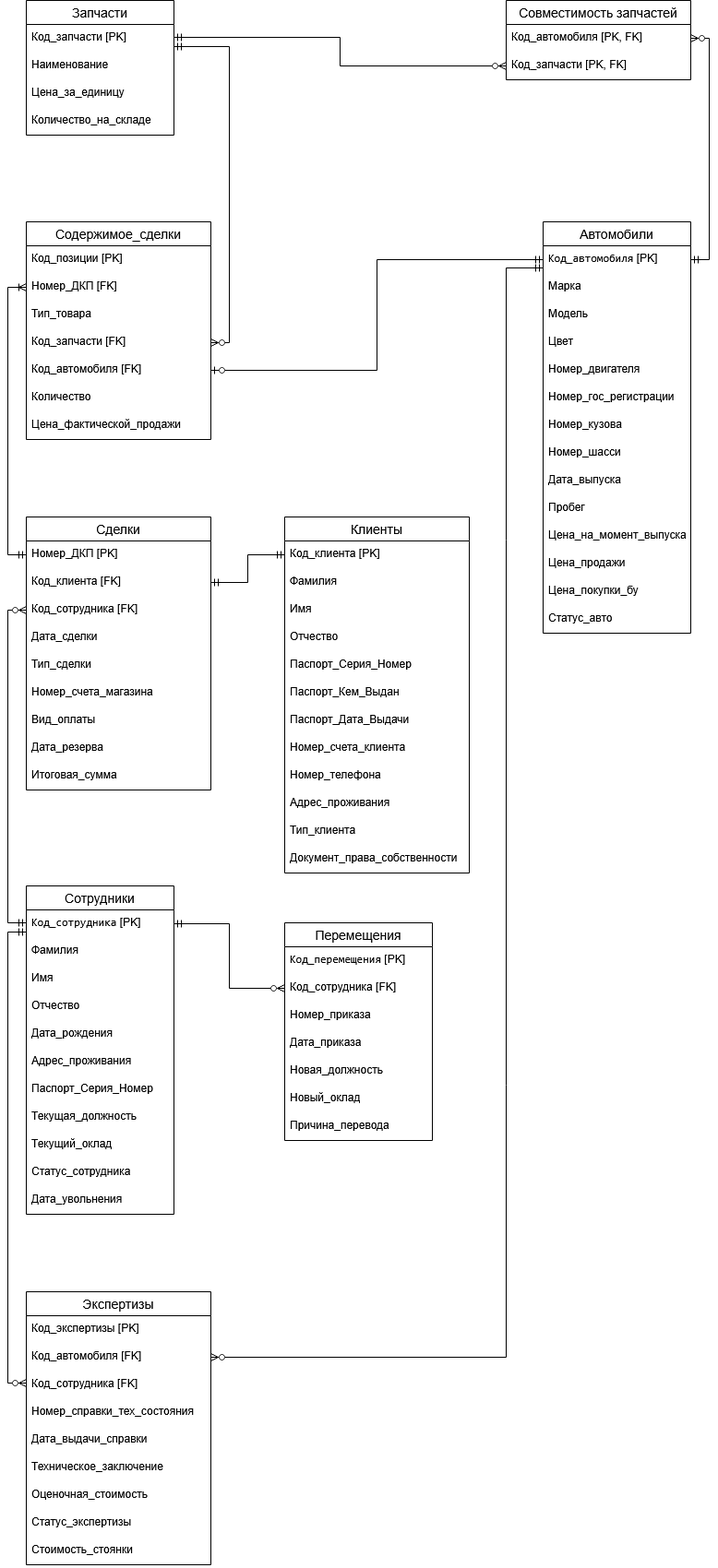
Above: Базы данных/РГР/бд2.drawio.png in ppljc/omstu-works-4 (draw.io), before the change. Source tidied: cells renumbered, new cells last; positions are measured from the earlier drawing's top-left corner, leaving out a move shared by most shapes.
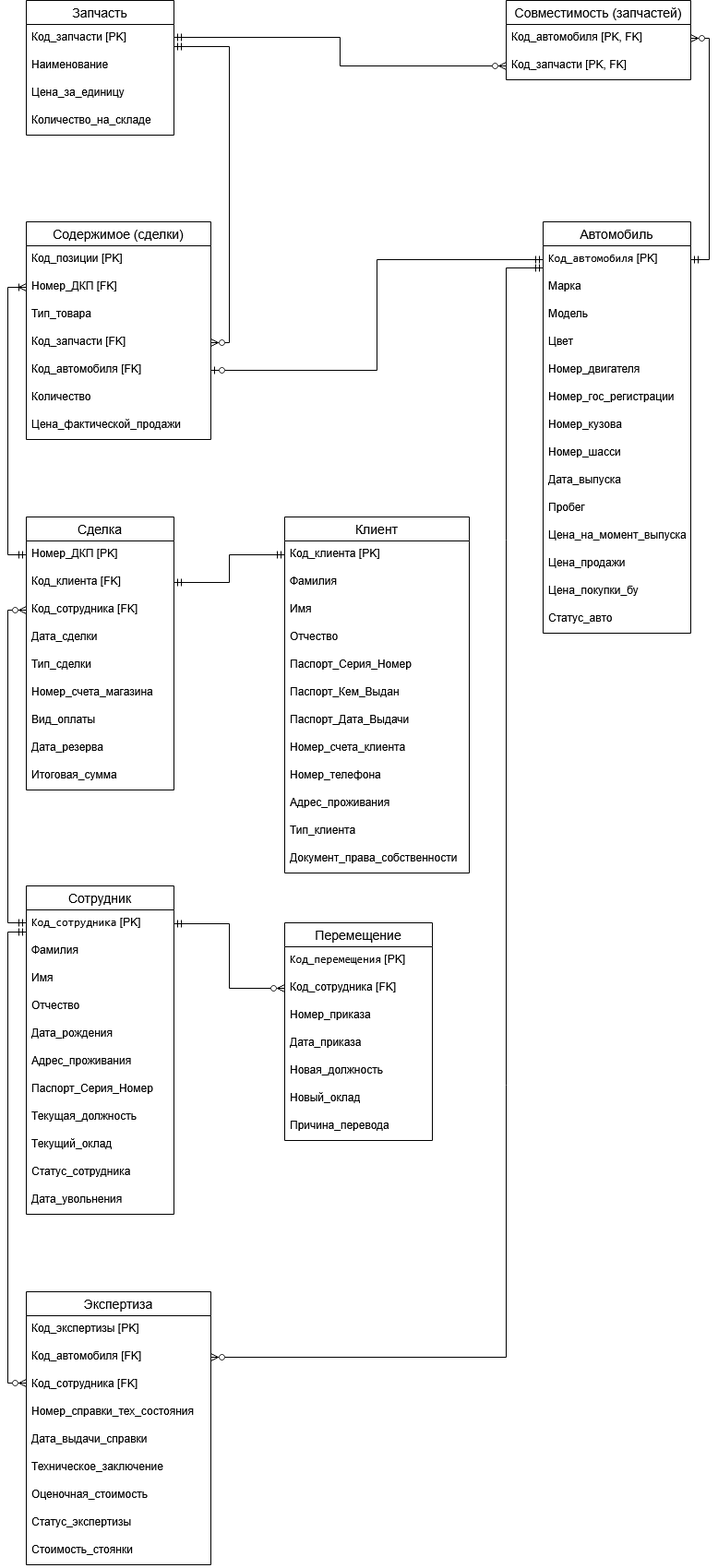
Later version of the same file.

The edit, as a diff of the source:
```diff
@@ -2,7 +2,7 @@
   <root>
     <mxCell id="0" />
     <mxCell id="1" parent="0" />
-    <mxCell id="2" value="Сотрудники" style="swimlane;fontStyle=0;horizontal=1;startSize=26;align=center;fontSize=14;" parent="1" vertex="1">
+    <mxCell id="2" value="Сотрудник" style="swimlane;fontStyle=0;horizontal=1;startSize=26;align=center;fontSize=14;" parent="1" vertex="1">
       <mxGeometry x="20" y="960" width="160" height="356" as="geometry" />
     </mxCell>
     <mxCell id="3" value="&lt;code&gt;Код_сотрудника&lt;/code&gt; &lt;span&gt;[PK]&lt;/span&gt;" style="text;strokeColor=none;fillColor=none;spacingLeft=4;spacingRight=4;overflow=hidden;points=[[0,0.5],[1,0.5]];portConstraint=eastwest;fontSize=12;whiteSpace=wrap;html=1;" parent="2" vertex="1">
@@ -38,7 +38,7 @@
     <mxCell id="13" value="Дата_увольнения" style="text;strokeColor=none;fillColor=none;spacingLeft=4;spacingRight=4;overflow=hidden;fontSize=12;whiteSpace=wrap;html=1;" parent="2" vertex="1">
       <mxGeometry y="326" width="160" height="30" as="geometry" />
     </mxCell>
-    <mxCell id="14" value="Перемещения" style="swimlane;fontStyle=0;horizontal=1;startSize=26;align=center;fontSize=14;" parent="1" vertex="1">
+    <mxCell id="14" value="Перемещение" style="swimlane;fontStyle=0;horizontal=1;startSize=26;align=center;fontSize=14;" parent="1" vertex="1">
       <mxGeometry x="300" y="1000" width="160" height="236" as="geometry" />
     </mxCell>
     <mxCell id="15" value="&lt;code&gt;Код_перемещения&lt;/code&gt; &lt;span&gt;[PK]&lt;/span&gt;" style="text;strokeColor=none;fillColor=none;spacingLeft=4;spacingRight=4;overflow=hidden;fontSize=12;whiteSpace=wrap;html=1;" parent="14" vertex="1">
@@ -65,7 +65,7 @@
     <mxCell id="22" style="edgeStyle=orthogonalEdgeStyle;rounded=0;jettySize=auto;html=1;endArrow=ERzeroToMany;endFill=0;startArrow=ERmandOne;startFill=0;" parent="1" edge="1" source="3" target="16">
       <mxGeometry relative="1" as="geometry" />
     </mxCell>
-    <mxCell id="23" value="Автомобили" style="swimlane;fontStyle=0;horizontal=1;startSize=26;align=center;fontSize=14;" parent="1" vertex="1">
+    <mxCell id="23" value="Автомобиль" style="swimlane;fontStyle=0;horizontal=1;startSize=26;align=center;fontSize=14;" parent="1" vertex="1">
       <mxGeometry x="580" y="240" width="160" height="446" as="geometry" />
     </mxCell>
     <mxCell id="24" value="&lt;code&gt;Код_автомобиля&lt;/code&gt; &lt;span&gt;[PK]&lt;/span&gt;" style="text;strokeColor=none;fillColor=none;spacingLeft=4;spacingRight=4;overflow=hidden;points=[[0,0.5],[1,0.5]];portConstraint=eastwest;fontSize=12;whiteSpace=wrap;html=1;" parent="23" vertex="1">
@@ -110,7 +110,7 @@
     <mxCell id="37" value="Статус_авто" style="text;strokeColor=none;fillColor=none;spacingLeft=4;spacingRight=4;overflow=hidden;fontSize=12;whiteSpace=wrap;html=1;" parent="23" vertex="1">
       <mxGeometry y="416" width="160" height="30" as="geometry" />
     </mxCell>
-    <mxCell id="38" value="Экспертизы" style="swimlane;fontStyle=0;horizontal=1;startSize=26;align=center;fontSize=14;" parent="1" vertex="1">
+    <mxCell id="38" value="Экспертиза" style="swimlane;fontStyle=0;horizontal=1;startSize=26;align=center;fontSize=14;" parent="1" vertex="1">
       <mxGeometry x="20" y="1400" width="200" height="296" as="geometry" />
     </mxCell>
     <mxCell id="39" value="Код_экспертизы [PK]" style="text;strokeColor=none;fillColor=none;spacingLeft=4;spacingRight=4;overflow=hidden;fontSize=12;whiteSpace=wrap;html=1;" parent="38" vertex="1">
@@ -140,7 +140,7 @@
     <mxCell id="47" value="Стоимость_стоянки" style="text;strokeColor=none;fillColor=none;spacingLeft=4;spacingRight=4;overflow=hidden;fontSize=12;whiteSpace=wrap;html=1;" parent="38" vertex="1">
       <mxGeometry y="266" width="200" height="30" as="geometry" />
     </mxCell>
-    <mxCell id="48" value="Запчасти" style="swimlane;fontStyle=0;horizontal=1;startSize=26;align=center;fontSize=14;" parent="1" vertex="1">
+    <mxCell id="48" value="Запчасть" style="swimlane;fontStyle=0;horizontal=1;startSize=26;align=center;fontSize=14;" parent="1" vertex="1">
       <mxGeometry x="20" width="160" height="146" as="geometry" />
     </mxCell>
     <mxCell id="49" value="Код_запчасти [PK]" style="text;strokeColor=none;fillColor=none;spacingLeft=4;spacingRight=4;overflow=hidden;points=[[0,0.5],[1,0.5]];portConstraint=eastwest;fontSize=12;whiteSpace=wrap;html=1;" parent="48" vertex="1">
@@ -155,7 +155,7 @@
     <mxCell id="52" value="Количество_на_складе" style="text;strokeColor=none;fillColor=none;spacingLeft=4;spacingRight=4;overflow=hidden;fontSize=12;whiteSpace=wrap;html=1;" parent="48" vertex="1">
       <mxGeometry y="116" width="160" height="30" as="geometry" />
     </mxCell>
-    <mxCell id="53" value="Совместимость запчастей" style="swimlane;fontStyle=0;horizontal=1;startSize=26;align=center;fontSize=14;" parent="1" vertex="1">
+    <mxCell id="53" value="Совместимость (запчастей)" style="swimlane;fontStyle=0;horizontal=1;startSize=26;align=center;fontSize=14;" parent="1" vertex="1">
       <mxGeometry x="540" width="200" height="86" as="geometry" />
     </mxCell>
     <mxCell id="54" value="Код_автомобиля [PK, FK]" style="text;strokeColor=none;fillColor=none;spacingLeft=4;spacingRight=4;overflow=hidden;points=[[0,0.5],[1,0.5]];portConstraint=eastwest;fontSize=12;whiteSpace=wrap;html=1;" parent="53" vertex="1">
@@ -164,7 +164,7 @@
     <mxCell id="55" value="Код_запчасти [PK, FK]" style="text;strokeColor=none;fillColor=none;spacingLeft=4;spacingRight=4;overflow=hidden;points=[[0,0.5],[1,0.5]];portConstraint=eastwest;fontSize=12;whiteSpace=wrap;html=1;" parent="53" vertex="1">
       <mxGeometry y="56" width="200" height="30" as="geometry" />
     </mxCell>
-    <mxCell id="56" value="Клиенты" style="swimlane;fontStyle=0;horizontal=1;startSize=26;align=center;fontSize=14;" parent="1" vertex="1">
+    <mxCell id="56" value="Клиент" style="swimlane;fontStyle=0;horizontal=1;startSize=26;align=center;fontSize=14;" parent="1" vertex="1">
       <mxGeometry x="300" y="560" width="200" height="386" as="geometry" />
     </mxCell>
     <mxCell id="57" value="Код_клиента [PK]" style="text;strokeColor=none;fillColor=none;spacingLeft=4;spacingRight=4;overflow=hidden;points=[[0,0.5],[1,0.5]];portConstraint=eastwest;fontSize=12;whiteSpace=wrap;html=1;" parent="56" vertex="1">
@@ -203,7 +203,7 @@
     <mxCell id="68" value="Документ_права_собственности" style="text;strokeColor=none;fillColor=none;spacingLeft=4;spacingRight=4;overflow=hidden;fontSize=12;whiteSpace=wrap;html=1;" parent="56" vertex="1">
       <mxGeometry y="356" width="200" height="30" as="geometry" />
     </mxCell>
-    <mxCell id="69" value="Содержимое_сделки" style="swimlane;fontStyle=0;horizontal=1;startSize=26;align=center;fontSize=14;" parent="1" vertex="1">
+    <mxCell id="69" value="Содержимое (сделки)" style="swimlane;fontStyle=0;horizontal=1;startSize=26;align=center;fontSize=14;" parent="1" vertex="1">
       <mxGeometry x="20" y="240" width="200" height="236" as="geometry" />
     </mxCell>
     <mxCell id="70" value="Код_позиции [PK]" style="text;strokeColor=none;fillColor=none;spacingLeft=4;spacingRight=4;overflow=hidden;fontSize=12;whiteSpace=wrap;html=1;" parent="69" vertex="1">
@@ -227,35 +227,35 @@
     <mxCell id="76" value="Цена_фактической_продажи" style="text;strokeColor=none;fillColor=none;spacingLeft=4;spacingRight=4;overflow=hidden;fontSize=12;whiteSpace=wrap;html=1;" parent="69" vertex="1">
       <mxGeometry y="206" width="200" height="30" as="geometry" />
     </mxCell>
-    <mxCell id="77" value="Сделки" style="swimlane;fontStyle=0;horizontal=1;startSize=26;align=center;fontSize=14;" parent="1" vertex="1">
-      <mxGeometry x="20" y="560" width="200" height="296" as="geometry" />
+    <mxCell id="77" value="Сделка" style="swimlane;fontStyle=0;horizontal=1;startSize=26;align=center;fontSize=14;" parent="1" vertex="1">
+      <mxGeometry x="20" y="560" width="160" height="296" as="geometry" />
     </mxCell>
     <mxCell id="78" value="Номер_ДКП [PK]" style="text;strokeColor=none;fillColor=none;spacingLeft=4;spacingRight=4;overflow=hidden;points=[[0,0.5],[1,0.5]];portConstraint=eastwest;fontSize=12;whiteSpace=wrap;html=1;" parent="77" vertex="1">
-      <mxGeometry y="26" width="200" height="30" as="geometry" />
+      <mxGeometry y="26" width="160" height="30" as="geometry" />
     </mxCell>
     <mxCell id="79" value="Код_клиента [FK]" style="text;strokeColor=none;fillColor=none;spacingLeft=4;spacingRight=4;overflow=hidden;points=[[0,0.5],[1,0.5]];portConstraint=eastwest;fontSize=12;whiteSpace=wrap;html=1;" parent="77" vertex="1">
-      <mxGeometry y="56" width="200" height="30" as="geometry" />
+      <mxGeometry y="56" width="160" height="30" as="geometry" />
     </mxCell>
     <mxCell id="80" value="Код_сотрудника [FK]" style="text;strokeColor=none;fillColor=none;spacingLeft=4;spacingRight=4;overflow=hidden;points=[[0,0.5],[1,0.5]];portConstraint=eastwest;fontSize=12;whiteSpace=wrap;html=1;" parent="77" vertex="1">
-      <mxGeometry y="86" width="200" height="30" as="geometry" />
+      <mxGeometry y="86" width="160" height="30" as="geometry" />
     </mxCell>
     <mxCell id="81" value="Дата_сделки" style="text;strokeColor=none;fillColor=none;spacingLeft=4;spacingRight=4;overflow=hidden;fontSize=12;whiteSpace=wrap;html=1;" parent="77" vertex="1">
-      <mxGeometry y="116" width="200" height="30" as="geometry" />
+      <mxGeometry y="116" width="160" height="30" as="geometry" />
     </mxCell>
     <mxCell id="82" value="Тип_сделки" style="text;strokeColor=none;fillColor=none;spacingLeft=4;spacingRight=4;overflow=hidden;fontSize=12;whiteSpace=wrap;html=1;" parent="77" vertex="1">
-      <mxGeometry y="146" width="200" height="30" as="geometry" />
+      <mxGeometry y="146" width="160" height="30" as="geometry" />
     </mxCell>
     <mxCell id="83" value="Номер_счета_магазина" style="text;strokeColor=none;fillColor=none;spacingLeft=4;spacingRight=4;overflow=hidden;fontSize=12;whiteSpace=wrap;html=1;" parent="77" vertex="1">
-      <mxGeometry y="176" width="200" height="30" as="geometry" />
+      <mxGeometry y="176" width="160" height="30" as="geometry" />
     </mxCell>
     <mxCell id="84" value="Вид_оплаты" style="text;strokeColor=none;fillColor=none;spacingLeft=4;spacingRight=4;overflow=hidden;fontSize=12;whiteSpace=wrap;html=1;" parent="77" vertex="1">
-      <mxGeometry y="206" width="200" height="30" as="geometry" />
+      <mxGeometry y="206" width="160" height="30" as="geometry" />
     </mxCell>
     <mxCell id="85" value="Дата_резерва" style="text;strokeColor=none;fillColor=none;spacingLeft=4;spacingRight=4;overflow=hidden;fontSize=12;whiteSpace=wrap;html=1;" parent="77" vertex="1">
-      <mxGeometry y="236" width="200" height="30" as="geometry" />
+      <mxGeometry y="236" width="160" height="30" as="geometry" />
     </mxCell>
     <mxCell id="86" value="Итоговая_сумма" style="text;strokeColor=none;fillColor=none;spacingLeft=4;spacingRight=4;overflow=hidden;fontSize=12;whiteSpace=wrap;html=1;" parent="77" vertex="1">
-      <mxGeometry y="266" width="200" height="30" as="geometry" />
+      <mxGeometry y="266" width="160" height="30" as="geometry" />
     </mxCell>
     <mxCell id="87" style="edgeStyle=orthogonalEdgeStyle;rounded=0;jettySize=auto;html=1;endArrow=ERzeroToMany;endFill=0;startArrow=ERmandOne;startFill=0;" parent="1" edge="1" target="41">
       <mxGeometry relative="1" as="geometry">
```
